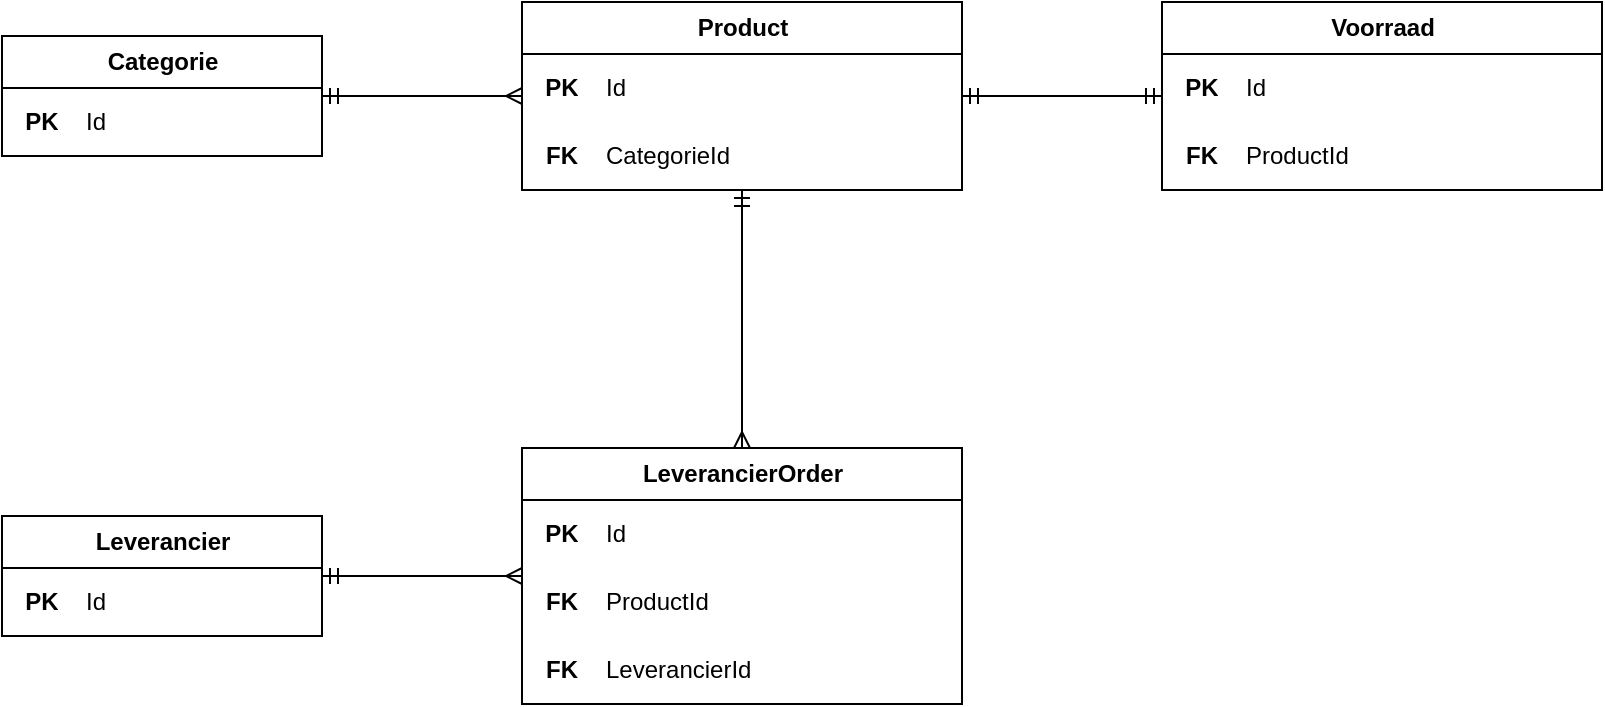
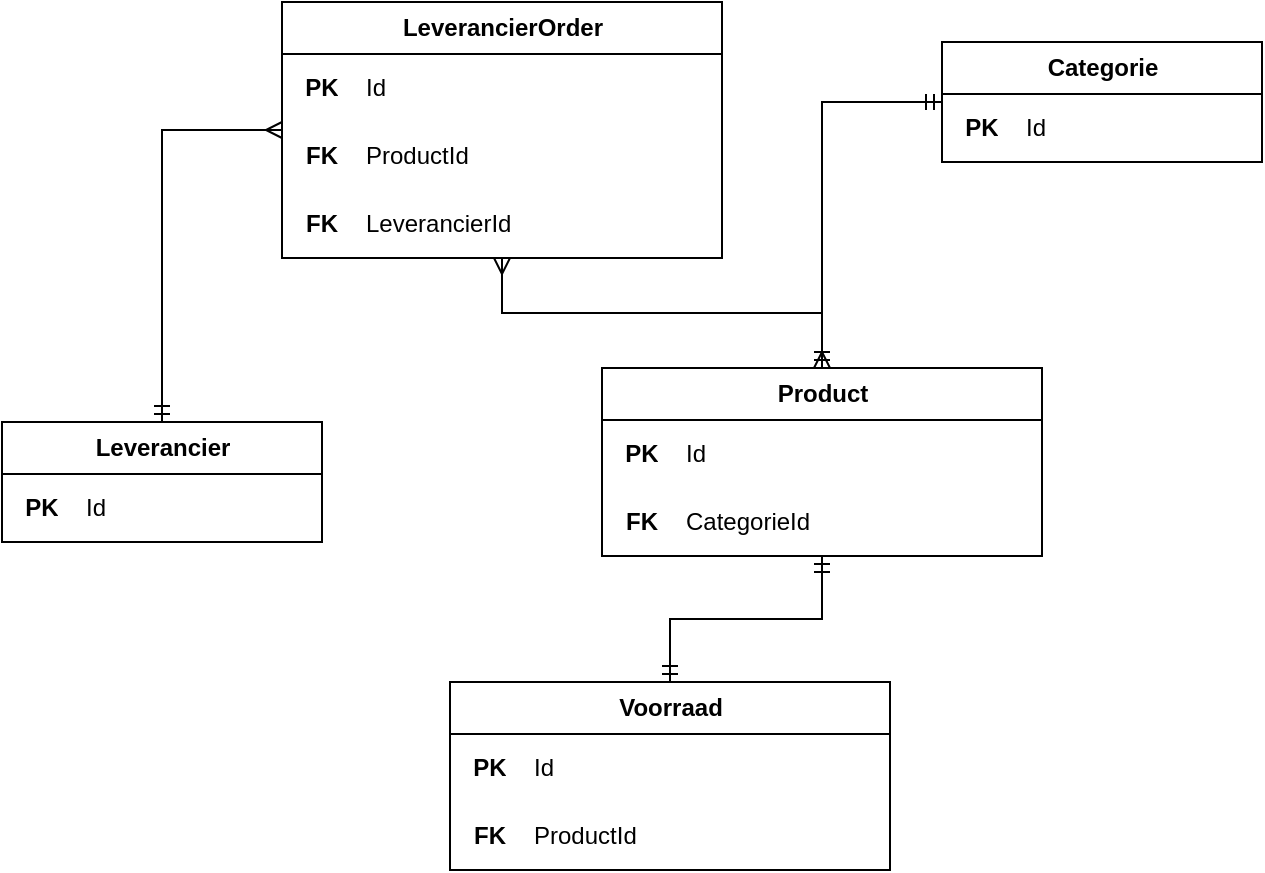
<mxfile host="65bd71144e">
    <diagram id="ProductERD" name="Product ERD">
-         <mxGraphModel dx="1212" dy="800" grid="1" gridSize="10" guides="1" tooltips="1" connect="1" arrows="1" fold="1" page="1" pageScale="1" pageWidth="827" pageHeight="1169" math="0" shadow="0">
+         <mxGraphModel dx="727" dy="1029" grid="1" gridSize="10" guides="1" tooltips="1" connect="1" arrows="1" fold="1" page="1" pageScale="1" pageWidth="827" pageHeight="1169" math="0" shadow="0">
            <root>
                <mxCell id="0"/>
                <mxCell id="1" parent="0"/>
- 
-                 <!-- Table: Categorie -->
                <mxCell id="cat" value="Categorie" style="swimlane;childLayout=listLayout;collapsible=0;connectable=0;horizontal=1;startSize=26;fillColor=#ffffff;strokeColor=#000000;fontStyle=1;html=1;" parent="1" vertex="1">
-                     <mxGeometry x="100" y="100" width="160" height="60" as="geometry"/>
+                     <mxGeometry x="550" y="240" width="160" height="60" as="geometry"/>
                </mxCell>
-                 <mxCell id="cat_r1" value="" style="shape=partialRectangle;top=0;left=0;bottom=0;right=0;fillColor=none;align=left;verticalAlign=top;spacingLeft=4;spacingRight=4;overflow=hidden;rotatable=0;points=[];portConstraint=eastwest;html=1;" parent="cat" vertex="1">
+                 <mxCell id="cat_r1" value="" style="shape=partialRectangle;top=0;left=0;bottom=0;right=0;fillColor=none;align=left;verticalAlign=top;spacingLeft=4;spacingRight=4;overflow=hidden;rotatable=0;points=[];portConstraint=eastwest;html=1;" vertex="1" parent="cat">
                    <mxGeometry y="26" width="160" height="34" as="geometry"/>
                </mxCell>
-                 <mxCell id="cat_r1_k" value="PK" style="shape=partialRectangle;top=0;left=0;bottom=0;right=0;fillColor=none;align=center;verticalAlign=middle;fontStyle=1;overflow=hidden;connectable=0;html=1;" parent="cat_r1" vertex="1">
+                 <mxCell id="cat_r1_k" value="PK" style="shape=partialRectangle;top=0;left=0;bottom=0;right=0;fillColor=none;align=center;verticalAlign=middle;fontStyle=1;overflow=hidden;connectable=0;html=1;" vertex="1" parent="cat_r1">
                    <mxGeometry width="40" height="34" as="geometry"/>
                </mxCell>
-                 <mxCell id="cat_r1_v" value="Id" style="shape=partialRectangle;top=0;left=0;bottom=0;right=0;fillColor=none;align=left;verticalAlign=middle;overflow=hidden;connectable=0;html=1;" parent="cat_r1" vertex="1">
+                 <mxCell id="cat_r1_v" value="Id" style="shape=partialRectangle;top=0;left=0;bottom=0;right=0;fillColor=none;align=left;verticalAlign=middle;overflow=hidden;connectable=0;html=1;" vertex="1" parent="cat_r1">
                    <mxGeometry x="40" width="120" height="34" as="geometry"/>
                </mxCell>
- 
-                 <!-- Table: Product -->
                <mxCell id="prod" value="Product" style="swimlane;childLayout=listLayout;collapsible=0;connectable=0;horizontal=1;startSize=26;fillColor=#ffffff;strokeColor=#000000;fontStyle=1;html=1;" parent="1" vertex="1">
-                     <mxGeometry x="360" y="83" width="220" height="94" as="geometry"/>
+                     <mxGeometry x="380" y="403" width="220" height="94" as="geometry"/>
                </mxCell>
-                 <mxCell id="prod_r1" value="" style="shape=partialRectangle;top=0;left=0;bottom=0;right=0;fillColor=none;align=left;verticalAlign=top;spacingLeft=4;spacingRight=4;overflow=hidden;rotatable=0;points=[];portConstraint=eastwest;html=1;" parent="prod" vertex="1">
+                 <mxCell id="prod_r1" value="" style="shape=partialRectangle;top=0;left=0;bottom=0;right=0;fillColor=none;align=left;verticalAlign=top;spacingLeft=4;spacingRight=4;overflow=hidden;rotatable=0;points=[];portConstraint=eastwest;html=1;" vertex="1" parent="prod">
                    <mxGeometry y="26" width="220" height="34" as="geometry"/>
                </mxCell>
-                 <mxCell id="prod_r1_k" value="PK" style="shape=partialRectangle;top=0;left=0;bottom=0;right=0;fillColor=none;align=center;verticalAlign=middle;fontStyle=1;overflow=hidden;connectable=0;html=1;" parent="prod_r1" vertex="1">
+                 <mxCell id="prod_r1_k" value="PK" style="shape=partialRectangle;top=0;left=0;bottom=0;right=0;fillColor=none;align=center;verticalAlign=middle;fontStyle=1;overflow=hidden;connectable=0;html=1;" vertex="1" parent="prod_r1">
                    <mxGeometry width="40" height="34" as="geometry"/>
                </mxCell>
-                 <mxCell id="prod_r1_v" value="Id" style="shape=partialRectangle;top=0;left=0;bottom=0;right=0;fillColor=none;align=left;verticalAlign=middle;overflow=hidden;connectable=0;html=1;" parent="prod_r1" vertex="1">
+                 <mxCell id="prod_r1_v" value="Id" style="shape=partialRectangle;top=0;left=0;bottom=0;right=0;fillColor=none;align=left;verticalAlign=middle;overflow=hidden;connectable=0;html=1;" vertex="1" parent="prod_r1">
                    <mxGeometry x="40" width="180" height="34" as="geometry"/>
                </mxCell>
-                 <mxCell id="prod_r2" value="" style="shape=partialRectangle;top=0;left=0;bottom=0;right=0;fillColor=none;align=left;verticalAlign=top;spacingLeft=4;spacingRight=4;overflow=hidden;rotatable=0;points=[];portConstraint=eastwest;html=1;" parent="prod" vertex="1">
+                 <mxCell id="prod_r2" value="" style="shape=partialRectangle;top=0;left=0;bottom=0;right=0;fillColor=none;align=left;verticalAlign=top;spacingLeft=4;spacingRight=4;overflow=hidden;rotatable=0;points=[];portConstraint=eastwest;html=1;" vertex="1" parent="prod">
                    <mxGeometry y="60" width="220" height="34" as="geometry"/>
                </mxCell>
-                 <mxCell id="prod_r2_k" value="FK" style="shape=partialRectangle;top=0;left=0;bottom=0;right=0;fillColor=none;align=center;verticalAlign=middle;fontStyle=1;overflow=hidden;connectable=0;html=1;" parent="prod_r2" vertex="1">
+                 <mxCell id="prod_r2_k" value="FK" style="shape=partialRectangle;top=0;left=0;bottom=0;right=0;fillColor=none;align=center;verticalAlign=middle;fontStyle=1;overflow=hidden;connectable=0;html=1;" vertex="1" parent="prod_r2">
                    <mxGeometry width="40" height="34" as="geometry"/>
                </mxCell>
-                 <mxCell id="prod_r2_v" value="CategorieId" style="shape=partialRectangle;top=0;left=0;bottom=0;right=0;fillColor=none;align=left;verticalAlign=middle;overflow=hidden;connectable=0;html=1;" parent="prod_r2" vertex="1">
+                 <mxCell id="prod_r2_v" value="CategorieId" style="shape=partialRectangle;top=0;left=0;bottom=0;right=0;fillColor=none;align=left;verticalAlign=middle;overflow=hidden;connectable=0;html=1;" vertex="1" parent="prod_r2">
+                     <mxGeometry x="40" width="180" height="34" as="geometry"/>
+                 </mxCell>
+                 <mxCell id="voor" value="Voorraad" style="swimlane;childLayout=listLayout;collapsible=0;connectable=0;horizontal=1;startSize=26;fillColor=#ffffff;strokeColor=#000000;fontStyle=1;html=1;" parent="1" vertex="1">
+                     <mxGeometry x="304" y="560" width="220" height="94" as="geometry"/>
+                 </mxCell>
+                 <mxCell id="voor_r1" value="" style="shape=partialRectangle;top=0;left=0;bottom=0;right=0;fillColor=none;align=left;verticalAlign=top;spacingLeft=4;spacingRight=4;overflow=hidden;rotatable=0;points=[];portConstraint=eastwest;html=1;" vertex="1" parent="voor">
+                     <mxGeometry y="26" width="220" height="34" as="geometry"/>
+                 </mxCell>
+                 <mxCell id="voor_r1_k" value="PK" style="shape=partialRectangle;top=0;left=0;bottom=0;right=0;fillColor=none;align=center;verticalAlign=middle;fontStyle=1;overflow=hidden;connectable=0;html=1;" vertex="1" parent="voor_r1">
+                     <mxGeometry width="40" height="34" as="geometry"/>
+                 </mxCell>
+                 <mxCell id="voor_r1_v" value="Id" style="shape=partialRectangle;top=0;left=0;bottom=0;right=0;fillColor=none;align=left;verticalAlign=middle;overflow=hidden;connectable=0;html=1;" vertex="1" parent="voor_r1">
+                     <mxGeometry x="40" width="180" height="34" as="geometry"/>
+                 </mxCell>
+                 <mxCell id="voor_r2" value="" style="shape=partialRectangle;top=0;left=0;bottom=0;right=0;fillColor=none;align=left;verticalAlign=top;spacingLeft=4;spacingRight=4;overflow=hidden;rotatable=0;points=[];portConstraint=eastwest;html=1;" vertex="1" parent="voor">
+                     <mxGeometry y="60" width="220" height="34" as="geometry"/>
+                 </mxCell>
+                 <mxCell id="voor_r2_k" value="FK" style="shape=partialRectangle;top=0;left=0;bottom=0;right=0;fillColor=none;align=center;verticalAlign=middle;fontStyle=1;overflow=hidden;connectable=0;html=1;" vertex="1" parent="voor_r2">
+                     <mxGeometry width="40" height="34" as="geometry"/>
+                 </mxCell>
+                 <mxCell id="voor_r2_v" value="ProductId" style="shape=partialRectangle;top=0;left=0;bottom=0;right=0;fillColor=none;align=left;verticalAlign=middle;overflow=hidden;connectable=0;html=1;" vertex="1" parent="voor_r2">
+                     <mxGeometry x="40" width="180" height="34" as="geometry"/>
+                 </mxCell>
+                 <mxCell id="lev" value="Leverancier" style="swimlane;childLayout=listLayout;collapsible=0;connectable=0;horizontal=1;startSize=26;fillColor=#ffffff;strokeColor=#000000;fontStyle=1;html=1;" parent="1" vertex="1">
+                     <mxGeometry x="80" y="430" width="160" height="60" as="geometry"/>
+                 </mxCell>
+                 <mxCell id="lev_r1" value="" style="shape=partialRectangle;top=0;left=0;bottom=0;right=0;fillColor=none;align=left;verticalAlign=top;spacingLeft=4;spacingRight=4;overflow=hidden;rotatable=0;points=[];portConstraint=eastwest;html=1;" vertex="1" parent="lev">
+                     <mxGeometry y="26" width="160" height="34" as="geometry"/>
+                 </mxCell>
+                 <mxCell id="lev_r1_k" value="PK" style="shape=partialRectangle;top=0;left=0;bottom=0;right=0;fillColor=none;align=center;verticalAlign=middle;fontStyle=1;overflow=hidden;connectable=0;html=1;" vertex="1" parent="lev_r1">
+                     <mxGeometry width="40" height="34" as="geometry"/>
+                 </mxCell>
+                 <mxCell id="lev_r1_v" value="Id" style="shape=partialRectangle;top=0;left=0;bottom=0;right=0;fillColor=none;align=left;verticalAlign=middle;overflow=hidden;connectable=0;html=1;" vertex="1" parent="lev_r1">
+                     <mxGeometry x="40" width="120" height="34" as="geometry"/>
+                 </mxCell>
+                 <mxCell id="order" value="LeverancierOrder" style="swimlane;childLayout=listLayout;collapsible=0;connectable=0;horizontal=1;startSize=26;fillColor=#ffffff;strokeColor=#000000;fontStyle=1;html=1;" parent="1" vertex="1">
+                     <mxGeometry x="220" y="220" width="220" height="128" as="geometry"/>
+                 </mxCell>
+                 <mxCell id="order_r1" value="" style="shape=partialRectangle;top=0;left=0;bottom=0;right=0;fillColor=none;align=left;verticalAlign=top;spacingLeft=4;spacingRight=4;overflow=hidden;rotatable=0;points=[];portConstraint=eastwest;html=1;" vertex="1" parent="order">
+                     <mxGeometry y="26" width="220" height="34" as="geometry"/>
+                 </mxCell>
+                 <mxCell id="order_r1_k" value="PK" style="shape=partialRectangle;top=0;left=0;bottom=0;right=0;fillColor=none;align=center;verticalAlign=middle;fontStyle=1;overflow=hidden;connectable=0;html=1;" vertex="1" parent="order_r1">
+                     <mxGeometry width="40" height="34" as="geometry"/>
+                 </mxCell>
+                 <mxCell id="order_r1_v" value="Id" style="shape=partialRectangle;top=0;left=0;bottom=0;right=0;fillColor=none;align=left;verticalAlign=middle;overflow=hidden;connectable=0;html=1;" vertex="1" parent="order_r1">
+                     <mxGeometry x="40" width="180" height="34" as="geometry"/>
+                 </mxCell>
+                 <mxCell id="order_r2" value="" style="shape=partialRectangle;top=0;left=0;bottom=0;right=0;fillColor=none;align=left;verticalAlign=top;spacingLeft=4;spacingRight=4;overflow=hidden;rotatable=0;points=[];portConstraint=eastwest;html=1;" vertex="1" parent="order">
+                     <mxGeometry y="60" width="220" height="34" as="geometry"/>
+                 </mxCell>
+                 <mxCell id="order_r2_k" value="FK" style="shape=partialRectangle;top=0;left=0;bottom=0;right=0;fillColor=none;align=center;verticalAlign=middle;fontStyle=1;overflow=hidden;connectable=0;html=1;" vertex="1" parent="order_r2">
+                     <mxGeometry width="40" height="34" as="geometry"/>
+                 </mxCell>
+                 <mxCell id="order_r2_v" value="ProductId" style="shape=partialRectangle;top=0;left=0;bottom=0;right=0;fillColor=none;align=left;verticalAlign=middle;overflow=hidden;connectable=0;html=1;" vertex="1" parent="order_r2">
+                     <mxGeometry x="40" width="180" height="34" as="geometry"/>
+                 </mxCell>
+                 <mxCell id="order_r3" value="" style="shape=partialRectangle;top=0;left=0;bottom=0;right=0;fillColor=none;align=left;verticalAlign=top;spacingLeft=4;spacingRight=4;overflow=hidden;rotatable=0;points=[];portConstraint=eastwest;html=1;" vertex="1" parent="order">
+                     <mxGeometry y="94" width="220" height="34" as="geometry"/>
+                 </mxCell>
+                 <mxCell id="order_r3_k" value="FK" style="shape=partialRectangle;top=0;left=0;bottom=0;right=0;fillColor=none;align=center;verticalAlign=middle;fontStyle=1;overflow=hidden;connectable=0;html=1;" vertex="1" parent="order_r3">
+                     <mxGeometry width="40" height="34" as="geometry"/>
+                 </mxCell>
+                 <mxCell id="order_r3_v" value="LeverancierId" style="shape=partialRectangle;top=0;left=0;bottom=0;right=0;fillColor=none;align=left;verticalAlign=middle;overflow=hidden;connectable=0;html=1;" vertex="1" parent="order_r3">
                    <mxGeometry x="40" width="180" height="34" as="geometry"/>
                </mxCell>

-                 <!-- Table: Voorraad -->
-                 <mxCell id="voor" value="Voorraad" style="swimlane;childLayout=listLayout;collapsible=0;connectable=0;horizontal=1;startSize=26;fillColor=#ffffff;strokeColor=#000000;fontStyle=1;html=1;" parent="1" vertex="1">
-                     <mxGeometry x="680" y="83" width="220" height="94" as="geometry"/>
-                 </mxCell>
-                 <mxCell id="voor_r1" value="" style="shape=partialRectangle;top=0;left=0;bottom=0;right=0;fillColor=none;align=left;verticalAlign=top;spacingLeft=4;spacingRight=4;overflow=hidden;rotatable=0;points=[];portConstraint=eastwest;html=1;" parent="voor" vertex="1">
-                     <mxGeometry y="26" width="220" height="34" as="geometry"/>
-                 </mxCell>
-                 <mxCell id="voor_r1_k" value="PK" style="shape=partialRectangle;top=0;left=0;bottom=0;right=0;fillColor=none;align=center;verticalAlign=middle;fontStyle=1;overflow=hidden;connectable=0;html=1;" parent="voor_r1" vertex="1">
-                     <mxGeometry width="40" height="34" as="geometry"/>
-                 </mxCell>
-                 <mxCell id="voor_r1_v" value="Id" style="shape=partialRectangle;top=0;left=0;bottom=0;right=0;fillColor=none;align=left;verticalAlign=middle;overflow=hidden;connectable=0;html=1;" parent="voor_r1" vertex="1">
-                     <mxGeometry x="40" width="180" height="34" as="geometry"/>
-                 </mxCell>
-                 <mxCell id="voor_r2" value="" style="shape=partialRectangle;top=0;left=0;bottom=0;right=0;fillColor=none;align=left;verticalAlign=top;spacingLeft=4;spacingRight=4;overflow=hidden;rotatable=0;points=[];portConstraint=eastwest;html=1;" parent="voor" vertex="1">
-                     <mxGeometry y="60" width="220" height="34" as="geometry"/>
-                 </mxCell>
-                 <mxCell id="voor_r2_k" value="FK" style="shape=partialRectangle;top=0;left=0;bottom=0;right=0;fillColor=none;align=center;verticalAlign=middle;fontStyle=1;overflow=hidden;connectable=0;html=1;" parent="voor_r2" vertex="1">
-                     <mxGeometry width="40" height="34" as="geometry"/>
-                 </mxCell>
-                 <mxCell id="voor_r2_v" value="ProductId" style="shape=partialRectangle;top=0;left=0;bottom=0;right=0;fillColor=none;align=left;verticalAlign=middle;overflow=hidden;connectable=0;html=1;" parent="voor_r2" vertex="1">
-                     <mxGeometry x="40" width="180" height="34" as="geometry"/>
-                 </mxCell>
- 
-                 <!-- Table: Leverancier -->
-                 <mxCell id="lev" value="Leverancier" style="swimlane;childLayout=listLayout;collapsible=0;connectable=0;horizontal=1;startSize=26;fillColor=#ffffff;strokeColor=#000000;fontStyle=1;html=1;" parent="1" vertex="1">
-                     <mxGeometry x="100" y="340" width="160" height="60" as="geometry"/>
-                 </mxCell>
-                 <mxCell id="lev_r1" value="" style="shape=partialRectangle;top=0;left=0;bottom=0;right=0;fillColor=none;align=left;verticalAlign=top;spacingLeft=4;spacingRight=4;overflow=hidden;rotatable=0;points=[];portConstraint=eastwest;html=1;" parent="lev" vertex="1">
-                     <mxGeometry y="26" width="160" height="34" as="geometry"/>
-                 </mxCell>
-                 <mxCell id="lev_r1_k" value="PK" style="shape=partialRectangle;top=0;left=0;bottom=0;right=0;fillColor=none;align=center;verticalAlign=middle;fontStyle=1;overflow=hidden;connectable=0;html=1;" parent="lev_r1" vertex="1">
-                     <mxGeometry width="40" height="34" as="geometry"/>
-                 </mxCell>
-                 <mxCell id="lev_r1_v" value="Id" style="shape=partialRectangle;top=0;left=0;bottom=0;right=0;fillColor=none;align=left;verticalAlign=middle;overflow=hidden;connectable=0;html=1;" parent="lev_r1" vertex="1">
-                     <mxGeometry x="40" width="120" height="34" as="geometry"/>
-                 </mxCell>
- 
-                 <!-- Table: LeverancierOrder -->
-                 <mxCell id="order" value="LeverancierOrder" style="swimlane;childLayout=listLayout;collapsible=0;connectable=0;horizontal=1;startSize=26;fillColor=#ffffff;strokeColor=#000000;fontStyle=1;html=1;" parent="1" vertex="1">
-                     <mxGeometry x="360" y="306" width="220" height="128" as="geometry"/>
-                 </mxCell>
-                 <mxCell id="order_r1" value="" style="shape=partialRectangle;top=0;left=0;bottom=0;right=0;fillColor=none;align=left;verticalAlign=top;spacingLeft=4;spacingRight=4;overflow=hidden;rotatable=0;points=[];portConstraint=eastwest;html=1;" parent="order" vertex="1">
-                     <mxGeometry y="26" width="220" height="34" as="geometry"/>
-                 </mxCell>
-                 <mxCell id="order_r1_k" value="PK" style="shape=partialRectangle;top=0;left=0;bottom=0;right=0;fillColor=none;align=center;verticalAlign=middle;fontStyle=1;overflow=hidden;connectable=0;html=1;" parent="order_r1" vertex="1">
-                     <mxGeometry width="40" height="34" as="geometry"/>
-                 </mxCell>
-                 <mxCell id="order_r1_v" value="Id" style="shape=partialRectangle;top=0;left=0;bottom=0;right=0;fillColor=none;align=left;verticalAlign=middle;overflow=hidden;connectable=0;html=1;" parent="order_r1" vertex="1">
-                     <mxGeometry x="40" width="180" height="34" as="geometry"/>
-                 </mxCell>
-                 <mxCell id="order_r2" value="" style="shape=partialRectangle;top=0;left=0;bottom=0;right=0;fillColor=none;align=left;verticalAlign=top;spacingLeft=4;spacingRight=4;overflow=hidden;rotatable=0;points=[];portConstraint=eastwest;html=1;" parent="order" vertex="1">
-                     <mxGeometry y="60" width="220" height="34" as="geometry"/>
-                 </mxCell>
-                 <mxCell id="order_r2_k" value="FK" style="shape=partialRectangle;top=0;left=0;bottom=0;right=0;fillColor=none;align=center;verticalAlign=middle;fontStyle=1;overflow=hidden;connectable=0;html=1;" parent="order_r2" vertex="1">
-                     <mxGeometry width="40" height="34" as="geometry"/>
-                 </mxCell>
-                 <mxCell id="order_r2_v" value="ProductId" style="shape=partialRectangle;top=0;left=0;bottom=0;right=0;fillColor=none;align=left;verticalAlign=middle;overflow=hidden;connectable=0;html=1;" parent="order_r2" vertex="1">
-                     <mxGeometry x="40" width="180" height="34" as="geometry"/>
-                 </mxCell>
-                 <mxCell id="order_r3" value="" style="shape=partialRectangle;top=0;left=0;bottom=0;right=0;fillColor=none;align=left;verticalAlign=top;spacingLeft=4;spacingRight=4;overflow=hidden;rotatable=0;points=[];portConstraint=eastwest;html=1;" parent="order" vertex="1">
-                     <mxGeometry y="94" width="220" height="34" as="geometry"/>
-                 </mxCell>
-                 <mxCell id="order_r3_k" value="FK" style="shape=partialRectangle;top=0;left=0;bottom=0;right=0;fillColor=none;align=center;verticalAlign=middle;fontStyle=1;overflow=hidden;connectable=0;html=1;" parent="order_r3" vertex="1">
-                     <mxGeometry width="40" height="34" as="geometry"/>
-                 </mxCell>
-                 <mxCell id="order_r3_v" value="LeverancierId" style="shape=partialRectangle;top=0;left=0;bottom=0;right=0;fillColor=none;align=left;verticalAlign=middle;overflow=hidden;connectable=0;html=1;" parent="order_r3" vertex="1">
-                     <mxGeometry x="40" width="180" height="34" as="geometry"/>
-                 </mxCell>
- 
-                 <!-- Relations (Cleaned up exit/entry coordinates to make lines straight) -->
+                 <!-- Relations -->
                <!-- Categorie (1) to Product (*) -->
-                 <mxCell id="rel1" style="edgeStyle=orthogonalEdgeStyle;rounded=0;html=1;exitX=1;exitY=0.5;exitDx=0;exitDy=0;entryX=0;entryY=0.5;entryDx=0;entryDy=0;strokeColor=#000000;strokeWidth=1;startArrow=ERmandOne;endArrow=ERmany;" parent="1" source="cat" target="prod" edge="1">
+                 <mxCell id="rel1" style="edgeStyle=orthogonalEdgeStyle;rounded=0;html=1;exitX=0;exitY=0.5;exitDx=0;exitDy=0;entryX=0.5;entryY=0;entryDx=0;entryDy=0;strokeColor=#000000;strokeWidth=1;startArrow=ERmandOne;endArrow=ERmany;" edge="1" parent="1" source="cat" target="prod">
                    <mxGeometry relative="1" as="geometry"/>
                </mxCell>

                <!-- Product (1) to Voorraad (1) -->
-                 <mxCell id="rel2" style="edgeStyle=orthogonalEdgeStyle;rounded=0;html=1;exitX=1;exitY=0.5;exitDx=0;exitDy=0;entryX=0;entryY=0.5;entryDx=0;entryDy=0;strokeColor=#000000;strokeWidth=1;startArrow=ERmandOne;endArrow=ERmandOne;" parent="1" source="prod" target="voor" edge="1">
+                 <mxCell id="rel2" style="edgeStyle=orthogonalEdgeStyle;rounded=0;html=1;exitX=0.5;exitY=1;exitDx=0;exitDy=0;entryX=0.5;entryY=0;entryDx=0;entryDy=0;strokeColor=#000000;strokeWidth=1;startArrow=ERmandOne;endArrow=ERmandOne;" edge="1" parent="1" source="prod" target="voor">
                    <mxGeometry relative="1" as="geometry"/>
                </mxCell>

                <!-- Product (1) to LeverancierOrder (*) -->
-                 <mxCell id="rel3" style="edgeStyle=orthogonalEdgeStyle;rounded=0;html=1;exitX=0.5;exitY=1;exitDx=0;exitDy=0;entryX=0.5;entryY=0;entryDx=0;entryDy=0;strokeColor=#000000;strokeWidth=1;startArrow=ERmandOne;endArrow=ERmany;" parent="1" source="prod" target="order" edge="1">
+                 <mxCell id="rel3" style="edgeStyle=orthogonalEdgeStyle;rounded=0;html=1;exitX=0.5;exitY=0;exitDx=0;exitDy=0;entryX=0.5;entryY=1;entryDx=0;entryDy=0;strokeColor=#000000;strokeWidth=1;startArrow=ERmandOne;endArrow=ERmany;" edge="1" parent="1" source="prod" target="order">
                    <mxGeometry relative="1" as="geometry"/>
                </mxCell>

                <!-- Leverancier (1) to LeverancierOrder (*) -->
-                 <mxCell id="rel4" style="edgeStyle=orthogonalEdgeStyle;rounded=0;html=1;exitX=1;exitY=0.5;exitDx=0;exitDy=0;entryX=0;entryY=0.5;entryDx=0;entryDy=0;strokeColor=#000000;strokeWidth=1;startArrow=ERmandOne;endArrow=ERmany;" parent="1" source="lev" target="order" edge="1">
+                 <mxCell id="rel4" style="edgeStyle=orthogonalEdgeStyle;rounded=0;html=1;exitX=0.5;exitY=0;exitDx=0;exitDy=0;entryX=0;entryY=0.5;entryDx=0;entryDy=0;strokeColor=#000000;strokeWidth=1;startArrow=ERmandOne;endArrow=ERmany;" edge="1" parent="1" source="lev" target="order">
                    <mxGeometry relative="1" as="geometry"/>
                </mxCell>
- 
            </root>
        </mxGraphModel>
    </diagram>
</mxfile>